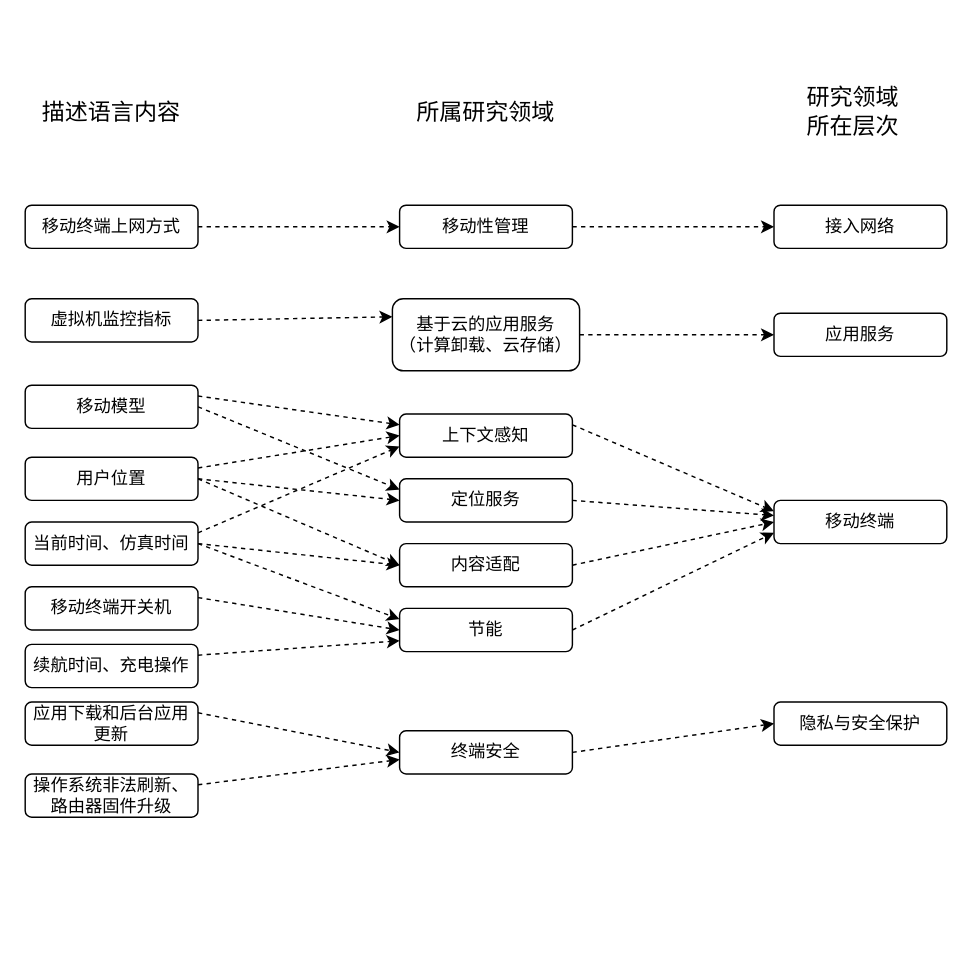
This is 描述语言元素属性和行为所属研究领域.drawio from Icarus1994/neutron_conf, a draw.io file, before an edit. Source tidied: cells renumbered, new cells numbered last; positions are measured from the earlier drawing's top-left corner, leaving out a move shared by most shapes. Both pictures are drawn from the tidied source at 144%, with x=0, y=0 at pixel (24, 82).
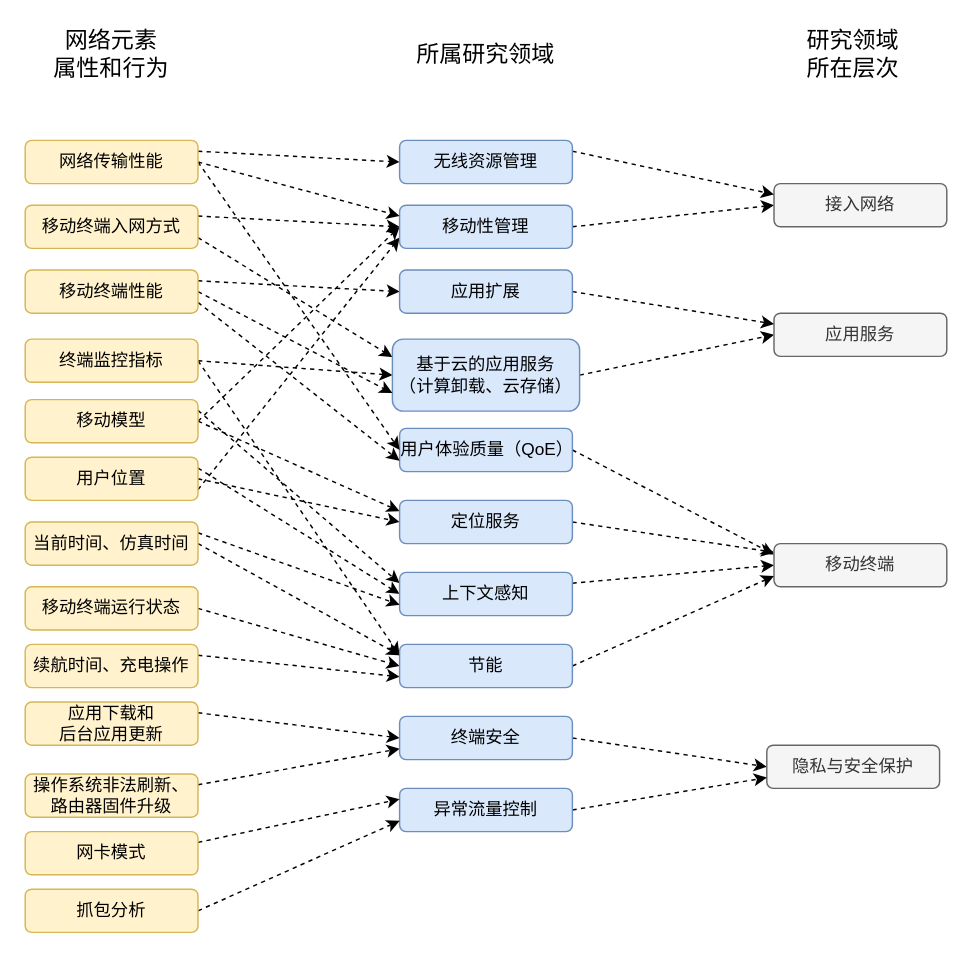
After the change.

Commit message:
Update 描述语言元素属性和行为所属研究领域.drawio

What changed in the source:
```diff
@@
+    <mxCell id="46" style="edgeStyle=none;rounded=0;jettySize=auto;html=1;exitX=1;exitY=0.75;exitDx=0;exitDy=0;entryX=0;entryY=0.25;entryDx=0;entryDy=0;dashed=1;" parent="1" edge="1" source="3" target="28">
+      <mxGeometry relative="1" as="geometry" />
+    </mxCell>
-    <mxCell id="2" style="rounded=0;jettySize=auto;html=1;exitX=1;exitY=0.5;exitDx=0;exitDy=0;entryX=0;entryY=0.5;entryDx=0;entryDy=0;dashed=1;" parent="1" edge="1" source="3" target="25">
+    <mxCell id="2" style="edgeStyle=none;rounded=0;jettySize=auto;html=1;exitX=1;exitY=0.25;exitDx=0;exitDy=0;entryX=0;entryY=0.5;entryDx=0;entryDy=0;dashed=1;" parent="1" edge="1" source="3" target="25">
       <mxGeometry relative="1" as="geometry" />
     </mxCell>
-    <mxCell id="3" value="移动终端上网方式" style="rounded=1;whiteSpace=wrap;html=1;" parent="1" vertex="1">
+    <mxCell id="3" value="移动终端入网方式" style="rounded=1;whiteSpace=wrap;html=1;fillColor=#fff2cc;strokeColor=#d6b656;" parent="1" vertex="1">
       <mxGeometry y="85" width="120" height="30" as="geometry" />
     </mxCell>
-    <mxCell id="4" style="edgeStyle=none;rounded=0;jettySize=auto;html=1;exitX=1;exitY=0.5;exitDx=0;exitDy=0;entryX=0;entryY=0.25;entryDx=0;entryDy=0;dashed=1;" parent="1" edge="1" source="5" target="28">
+    <mxCell id="4" style="edgeStyle=none;rounded=0;jettySize=auto;html=1;exitX=1;exitY=0.5;exitDx=0;exitDy=0;entryX=0;entryY=0.5;entryDx=0;entryDy=0;dashed=1;" parent="1" edge="1" source="5" target="28">
       <mxGeometry relative="1" as="geometry" />
     </mxCell>
+    <mxCell id="47" style="edgeStyle=none;rounded=0;jettySize=auto;html=1;exitX=1;exitY=0.5;exitDx=0;exitDy=0;entryX=0;entryY=0.25;entryDx=0;entryDy=0;dashed=1;" parent="1" edge="1" source="5" target="41">
+      <mxGeometry relative="1" as="geometry" />
+    </mxCell>
-    <mxCell id="5" value="虚拟机监控指标" style="rounded=1;whiteSpace=wrap;html=1;" parent="1" vertex="1">
-      <mxGeometry y="150" width="120" height="30" as="geometry" />
+    <mxCell id="5" value="终端监控指标" style="rounded=1;whiteSpace=wrap;html=1;fillColor=#fff2cc;strokeColor=#d6b656;" parent="1" vertex="1">
+      <mxGeometry y="178" width="120" height="30" as="geometry" />
     </mxCell>
@@
-    <mxCell id="7" value="应用下载和后台应用更新" style="rounded=1;whiteSpace=wrap;html=1;" parent="1" vertex="1">
+    <mxCell id="7" value="应用下载和&lt;br&gt;后台应用更新" style="rounded=1;whiteSpace=wrap;html=1;fillColor=#fff2cc;strokeColor=#d6b656;" parent="1" vertex="1">
       <mxGeometry y="430" width="120" height="30" as="geometry" />
     </mxCell>
-    <mxCell id="8" style="edgeStyle=none;rounded=0;jettySize=auto;html=1;exitX=1;exitY=0.25;exitDx=0;exitDy=0;dashed=1;" parent="1" edge="1" source="9">
-      <mxGeometry relative="1" as="geometry">
-        <mxPoint x="260" y="470" as="targetPoint" />
-      </mxGeometry>
+    <mxCell id="8" style="edgeStyle=none;rounded=0;jettySize=auto;html=1;exitX=1;exitY=0.25;exitDx=0;exitDy=0;dashed=1;entryX=0;entryY=0.75;entryDx=0;entryDy=0;" parent="1" edge="1" source="9" target="37">
+      <mxGeometry relative="1" as="geometry" />
     </mxCell>
-    <mxCell id="9" value="操作系统非法刷新、路由器固件升级" style="rounded=1;whiteSpace=wrap;html=1;" parent="1" vertex="1">
+    <mxCell id="9" value="操作系统非法刷新、路由器固件升级" style="rounded=1;whiteSpace=wrap;html=1;fillColor=#fff2cc;strokeColor=#d6b656;" parent="1" vertex="1">
       <mxGeometry y="480" width="120" height="30" as="geometry" />
     </mxCell>
@@
-    <mxCell id="12" style="edgeStyle=none;rounded=0;jettySize=auto;html=1;exitX=1;exitY=0.5;exitDx=0;exitDy=0;entryX=0;entryY=0.5;entryDx=0;entryDy=0;dashed=1;" parent="1" edge="1" source="13" target="35">
-      <mxGeometry relative="1" as="geometry" />
-    </mxCell>
+    <mxCell id="48" style="edgeStyle=none;rounded=0;jettySize=auto;html=1;exitX=1;exitY=0.75;exitDx=0;exitDy=0;entryX=0;entryY=0.75;entryDx=0;entryDy=0;dashed=1;" parent="1" edge="1" source="13" target="25">
+      <mxGeometry relative="1" as="geometry" />
+    </mxCell>
-    <mxCell id="13" value="用户位置" style="rounded=1;whiteSpace=wrap;html=1;" parent="1" vertex="1">
+    <mxCell id="13" value="用户位置" style="rounded=1;whiteSpace=wrap;html=1;fillColor=#fff2cc;strokeColor=#d6b656;" parent="1" vertex="1">
       <mxGeometry y="260" width="120" height="30" as="geometry" />
     </mxCell>
@@
+    <mxCell id="49" style="edgeStyle=none;rounded=0;jettySize=auto;html=1;exitX=1;exitY=0.5;exitDx=0;exitDy=0;entryX=0;entryY=0.5;entryDx=0;entryDy=0;dashed=1;" parent="1" edge="1" source="16" target="25">
+      <mxGeometry relative="1" as="geometry" />
+    </mxCell>
-    <mxCell id="16" value="移动模型" style="rounded=1;whiteSpace=wrap;html=1;" parent="1" vertex="1">
-      <mxGeometry y="210" width="120" height="30" as="geometry" />
+    <mxCell id="16" value="移动模型" style="rounded=1;whiteSpace=wrap;html=1;fillColor=#fff2cc;strokeColor=#d6b656;" parent="1" vertex="1">
+      <mxGeometry y="220" width="120" height="30" as="geometry" />
     </mxCell>
@@
-    <mxCell id="18" value="续航时间、充电操作" style="rounded=1;whiteSpace=wrap;html=1;" parent="1" vertex="1">
+    <mxCell id="18" value="续航时间、充电操作" style="rounded=1;whiteSpace=wrap;html=1;fillColor=#fff2cc;strokeColor=#d6b656;" parent="1" vertex="1">
       <mxGeometry y="390" width="120" height="30" as="geometry" />
     </mxCell>
-    <mxCell id="19" style="edgeStyle=none;rounded=0;jettySize=auto;html=1;exitX=1;exitY=0.25;exitDx=0;exitDy=0;entryX=0;entryY=0.5;entryDx=0;entryDy=0;dashed=1;" parent="1" edge="1" source="20" target="41">
+    <mxCell id="19" style="edgeStyle=none;rounded=0;jettySize=auto;html=1;exitX=1;exitY=0.5;exitDx=0;exitDy=0;entryX=0;entryY=0.5;entryDx=0;entryDy=0;dashed=1;" parent="1" edge="1" source="20" target="41">
       <mxGeometry relative="1" as="geometry" />
     </mxCell>
-    <mxCell id="20" value="移动终端开关机" style="rounded=1;whiteSpace=wrap;html=1;" parent="1" vertex="1">
+    <mxCell id="20" value="移动终端运行状态" style="rounded=1;whiteSpace=wrap;html=1;fillColor=#fff2cc;strokeColor=#d6b656;" parent="1" vertex="1">
       <mxGeometry y="350" width="120" height="30" as="geometry" />
     </mxCell>
-    <mxCell id="21" value="&lt;font style=&quot;font-size: 16px&quot;&gt;描述语言内容&lt;/font&gt;" style="text;html=1;strokeColor=none;fillColor=none;align=center;verticalAlign=middle;whiteSpace=wrap;rounded=0;" parent="1" vertex="1">
-      <mxGeometry width="120" height="40" as="geometry" />
+    <mxCell id="21" value="&lt;font style=&quot;font-size: 16px&quot;&gt;网络元素&lt;br&gt;属性和行为&lt;/font&gt;" style="text;html=1;strokeColor=none;fillColor=none;align=center;verticalAlign=middle;whiteSpace=wrap;rounded=0;" parent="1" vertex="1">
+      <mxGeometry y="-40" width="120" height="40" as="geometry" />
     </mxCell>
     <mxCell id="22" value="&lt;font style=&quot;font-size: 16px&quot;&gt;所属研究领域&lt;/font&gt;" style="text;html=1;strokeColor=none;fillColor=none;align=center;verticalAlign=middle;whiteSpace=wrap;rounded=0;" parent="1" vertex="1">
-      <mxGeometry x="260" width="120" height="40" as="geometry" />
+      <mxGeometry x="260" y="-40" width="120" height="40" as="geometry" />
     </mxCell>
     <mxCell id="23" value="&lt;font style=&quot;font-size: 16px&quot;&gt;研究领域&lt;br&gt;所在层次&lt;/font&gt;" style="text;html=1;strokeColor=none;fillColor=none;align=center;verticalAlign=middle;whiteSpace=wrap;rounded=0;" parent="1" vertex="1">
-      <mxGeometry x="520" width="110" height="40" as="geometry" />
+      <mxGeometry x="520" y="-40" width="110" height="40" as="geometry" />
     </mxCell>
@@
-    <mxCell id="25" value="移动性管理" style="rounded=1;whiteSpace=wrap;html=1;" parent="1" vertex="1">
+    <mxCell id="25" value="移动性管理" style="rounded=1;whiteSpace=wrap;html=1;fillColor=#dae8fc;strokeColor=#6c8ebf;" parent="1" vertex="1">
       <mxGeometry x="260" y="85" width="120" height="30" as="geometry" />
     </mxCell>
-    <mxCell id="26" value="接入网络" style="rounded=1;whiteSpace=wrap;html=1;" parent="1" vertex="1">
-      <mxGeometry x="520" y="85" width="120" height="30" as="geometry" />
+    <mxCell id="26" value="接入网络" style="rounded=1;whiteSpace=wrap;html=1;fillColor=#f5f5f5;strokeColor=#666666;fontColor=#333333;" parent="1" vertex="1">
+      <mxGeometry x="520" y="70" width="120" height="30" as="geometry" />
     </mxCell>
@@
-    <mxCell id="28" value="基于云的应用服务&lt;br&gt;（计算卸载、云存储）" style="rounded=1;whiteSpace=wrap;html=1;" parent="1" vertex="1">
-      <mxGeometry x="255" y="150" width="130" height="50" as="geometry" />
+    <mxCell id="28" value="基于云的应用服务&lt;br&gt;（计算卸载、云存储）" style="rounded=1;whiteSpace=wrap;html=1;fillColor=#dae8fc;strokeColor=#6c8ebf;" parent="1" vertex="1">
+      <mxGeometry x="255" y="178" width="130" height="50" as="geometry" />
     </mxCell>
-    <mxCell id="29" value="应用服务" style="rounded=1;whiteSpace=wrap;html=1;" parent="1" vertex="1">
+    <mxCell id="29" value="应用服务" style="rounded=1;whiteSpace=wrap;html=1;fillColor=#f5f5f5;strokeColor=#666666;fontColor=#333333;" parent="1" vertex="1">
       <mxGeometry x="520" y="160" width="120" height="30" as="geometry" />
     </mxCell>
-    <mxCell id="30" style="edgeStyle=none;rounded=0;jettySize=auto;html=1;exitX=1;exitY=0.25;exitDx=0;exitDy=0;entryX=0;entryY=0.25;entryDx=0;entryDy=0;dashed=1;" parent="1" edge="1" source="31" target="38">
+    <mxCell id="30" style="edgeStyle=none;rounded=0;jettySize=auto;html=1;exitX=1;exitY=0.25;exitDx=0;exitDy=0;entryX=0;entryY=0.5;entryDx=0;entryDy=0;dashed=1;" parent="1" edge="1" source="31" target="38">
       <mxGeometry relative="1" as="geometry" />
     </mxCell>
-    <mxCell id="31" value="上下文感知" style="rounded=1;whiteSpace=wrap;html=1;" parent="1" vertex="1">
-      <mxGeometry x="260" y="230" width="120" height="30" as="geometry" />
+    <mxCell id="31" value="上下文感知" style="rounded=1;whiteSpace=wrap;html=1;fillColor=#dae8fc;strokeColor=#6c8ebf;" parent="1" vertex="1">
+      <mxGeometry x="260" y="340" width="120" height="30" as="geometry" />
     </mxCell>
@@
-    <mxCell id="33" value="定位服务" style="rounded=1;whiteSpace=wrap;html=1;" parent="1" vertex="1">
-      <mxGeometry x="260" y="275" width="120" height="30" as="geometry" />
+    <mxCell id="33" value="定位服务" style="rounded=1;whiteSpace=wrap;html=1;fillColor=#dae8fc;strokeColor=#6c8ebf;" parent="1" vertex="1">
+      <mxGeometry x="260" y="290" width="120" height="30" as="geometry" />
     </mxCell>
-    <mxCell id="34" style="edgeStyle=none;rounded=0;jettySize=auto;html=1;exitX=1;exitY=0.5;exitDx=0;exitDy=0;entryX=0;entryY=0.5;entryDx=0;entryDy=0;dashed=1;entryPerimeter=0;" parent="1" edge="1" source="35" target="38">
+    <mxCell id="34" style="edgeStyle=none;rounded=0;jettySize=auto;html=1;exitX=1;exitY=0.5;exitDx=0;exitDy=0;entryX=0;entryY=0.25;entryDx=0;entryDy=0;dashed=1;" parent="1" edge="1" source="35" target="38">
       <mxGeometry relative="1" as="geometry" />
     </mxCell>
-    <mxCell id="35" value="内容适配" style="rounded=1;whiteSpace=wrap;html=1;" parent="1" vertex="1">
-      <mxGeometry x="260" y="320" width="120" height="30" as="geometry" />
+    <mxCell id="35" value="用户体验质量（QoE）" style="rounded=1;whiteSpace=wrap;html=1;fillColor=#dae8fc;strokeColor=#6c8ebf;" parent="1" vertex="1">
+      <mxGeometry x="260" y="240" width="120" height="30" as="geometry" />
     </mxCell>
@@
-    <mxCell id="37" value="终端安全" style="rounded=1;whiteSpace=wrap;html=1;" parent="1" vertex="1">
-      <mxGeometry x="260" y="450" width="120" height="30" as="geometry" />
+    <mxCell id="37" value="终端安全" style="rounded=1;whiteSpace=wrap;html=1;fillColor=#dae8fc;strokeColor=#6c8ebf;" parent="1" vertex="1">
+      <mxGeometry x="260" y="440" width="120" height="30" as="geometry" />
     </mxCell>
-    <mxCell id="38" value="移动终端" style="rounded=1;whiteSpace=wrap;html=1;" parent="1" vertex="1">
-      <mxGeometry x="520" y="290" width="120" height="30" as="geometry" />
+    <mxCell id="38" value="移动终端" style="rounded=1;whiteSpace=wrap;html=1;fillColor=#f5f5f5;strokeColor=#666666;fontColor=#333333;" parent="1" vertex="1">
+      <mxGeometry x="520" y="320" width="120" height="30" as="geometry" />
     </mxCell>
-    <mxCell id="39" value="隐私与安全保护" style="rounded=1;whiteSpace=wrap;html=1;" parent="1" vertex="1">
-      <mxGeometry x="520" y="430" width="120" height="30" as="geometry" />
+    <mxCell id="39" value="隐私与安全保护" style="rounded=1;whiteSpace=wrap;html=1;fillColor=#f5f5f5;strokeColor=#666666;fontColor=#333333;" parent="1" vertex="1">
+      <mxGeometry x="515" y="460" width="120" height="30" as="geometry" />
     </mxCell>
@@
-    <mxCell id="41" value="节能" style="rounded=1;whiteSpace=wrap;html=1;" parent="1" vertex="1">
-      <mxGeometry x="260" y="365" width="120" height="30" as="geometry" />
+    <mxCell id="41" value="节能" style="rounded=1;whiteSpace=wrap;html=1;fillColor=#dae8fc;strokeColor=#6c8ebf;" parent="1" vertex="1">
+      <mxGeometry x="260" y="390" width="120" height="30" as="geometry" />
     </mxCell>
@@
-    <mxCell id="43" style="edgeStyle=none;rounded=0;jettySize=auto;html=1;exitX=1;exitY=0.5;exitDx=0;exitDy=0;entryX=0;entryY=0.5;entryDx=0;entryDy=0;dashed=1;" parent="1" edge="1" source="45" target="35">
-      <mxGeometry relative="1" as="geometry" />
-    </mxCell>
@@
-    <mxCell id="45" value="当前时间、仿真时间" style="rounded=1;whiteSpace=wrap;html=1;" parent="1" vertex="1">
+    <mxCell id="45" value="当前时间、仿真时间" style="rounded=1;whiteSpace=wrap;html=1;fillColor=#fff2cc;strokeColor=#d6b656;" parent="1" vertex="1">
       <mxGeometry y="305" width="120" height="30" as="geometry" />
     </mxCell>
+    <mxCell id="50" style="edgeStyle=none;rounded=0;jettySize=auto;html=1;exitX=1;exitY=0.5;exitDx=0;exitDy=0;entryX=0;entryY=0.25;entryDx=0;entryDy=0;dashed=1;" parent="1" edge="1" source="53" target="25">
+      <mxGeometry relative="1" as="geometry" />
+    </mxCell>
+    <mxCell id="51" style="edgeStyle=none;rounded=0;jettySize=auto;html=1;exitX=1;exitY=0.5;exitDx=0;exitDy=0;entryX=0;entryY=0.5;entryDx=0;entryDy=0;dashed=1;" parent="1" edge="1" source="53" target="35">
+      <mxGeometry relative="1" as="geometry" />
+    </mxCell>
+    <mxCell id="52" style="edgeStyle=none;rounded=0;jettySize=auto;html=1;exitX=1;exitY=0.25;exitDx=0;exitDy=0;entryX=0;entryY=0.5;entryDx=0;entryDy=0;dashed=1;" parent="1" edge="1" source="53" target="61">
+      <mxGeometry relative="1" as="geometry" />
+    </mxCell>
+    <mxCell id="53" value="网络传输性能" style="rounded=1;whiteSpace=wrap;html=1;fillColor=#fff2cc;strokeColor=#d6b656;" parent="1" vertex="1">
+      <mxGeometry y="40" width="120" height="30" as="geometry" />
+    </mxCell>
+    <mxCell id="54" style="edgeStyle=none;rounded=0;jettySize=auto;html=1;exitX=1;exitY=0.75;exitDx=0;exitDy=0;entryX=0;entryY=0.75;entryDx=0;entryDy=0;dashed=1;" parent="1" edge="1" source="57" target="35">
+      <mxGeometry relative="1" as="geometry" />
+    </mxCell>
+    <mxCell id="55" style="edgeStyle=none;rounded=0;jettySize=auto;html=1;exitX=1;exitY=0.5;exitDx=0;exitDy=0;entryX=0;entryY=0.75;entryDx=0;entryDy=0;dashed=1;" parent="1" edge="1" source="57" target="28">
+      <mxGeometry relative="1" as="geometry" />
+    </mxCell>
+    <mxCell id="56" style="edgeStyle=none;rounded=0;jettySize=auto;html=1;exitX=1;exitY=0.25;exitDx=0;exitDy=0;entryX=0;entryY=0.5;entryDx=0;entryDy=0;dashed=1;" parent="1" edge="1" source="57" target="59">
+      <mxGeometry relative="1" as="geometry" />
+    </mxCell>
+    <mxCell id="57" value="移动终端性能" style="rounded=1;whiteSpace=wrap;html=1;fillColor=#fff2cc;strokeColor=#d6b656;" parent="1" vertex="1">
+      <mxGeometry y="130" width="120" height="30" as="geometry" />
+    </mxCell>
+    <mxCell id="58" style="edgeStyle=none;rounded=0;jettySize=auto;html=1;exitX=1;exitY=0.5;exitDx=0;exitDy=0;entryX=0;entryY=0.25;entryDx=0;entryDy=0;dashed=1;" parent="1" edge="1" source="59" target="29">
+      <mxGeometry relative="1" as="geometry" />
+    </mxCell>
+    <mxCell id="59" value="应用扩展" style="rounded=1;whiteSpace=wrap;html=1;fillColor=#dae8fc;strokeColor=#6c8ebf;" parent="1" vertex="1">
+      <mxGeometry x="260" y="130" width="120" height="30" as="geometry" />
+    </mxCell>
+    <mxCell id="60" style="edgeStyle=none;rounded=0;jettySize=auto;html=1;exitX=1;exitY=0.25;exitDx=0;exitDy=0;entryX=0;entryY=0.25;entryDx=0;entryDy=0;dashed=1;" parent="1" edge="1" source="61" target="26">
+      <mxGeometry relative="1" as="geometry" />
+    </mxCell>
+    <mxCell id="61" value="无线资源管理" style="rounded=1;whiteSpace=wrap;html=1;fillColor=#dae8fc;strokeColor=#6c8ebf;" parent="1" vertex="1">
+      <mxGeometry x="260" y="40" width="120" height="30" as="geometry" />
+    </mxCell>
+    <mxCell id="62" style="edgeStyle=none;rounded=0;jettySize=auto;html=1;exitX=1;exitY=0.5;exitDx=0;exitDy=0;entryX=0;entryY=0.75;entryDx=0;entryDy=0;dashed=1;" parent="1" edge="1" source="63" target="39">
+      <mxGeometry relative="1" as="geometry" />
+    </mxCell>
+    <mxCell id="63" value="异常流量控制" style="rounded=1;whiteSpace=wrap;html=1;fillColor=#dae8fc;strokeColor=#6c8ebf;" parent="1" vertex="1">
+      <mxGeometry x="260" y="490" width="120" height="30" as="geometry" />
+    </mxCell>
+    <mxCell id="64" style="edgeStyle=none;rounded=0;jettySize=auto;html=1;exitX=1;exitY=0.25;exitDx=0;exitDy=0;entryX=0;entryY=0.25;entryDx=0;entryDy=0;dashed=1;" parent="1" edge="1" source="65" target="63">
+      <mxGeometry relative="1" as="geometry" />
+    </mxCell>
+    <mxCell id="65" value="网卡模式" style="rounded=1;whiteSpace=wrap;html=1;fillColor=#fff2cc;strokeColor=#d6b656;" parent="1" vertex="1">
+      <mxGeometry y="520" width="120" height="30" as="geometry" />
+    </mxCell>
+    <mxCell id="66" style="edgeStyle=none;rounded=0;jettySize=auto;html=1;exitX=1;exitY=0.5;exitDx=0;exitDy=0;entryX=0;entryY=0.75;entryDx=0;entryDy=0;dashed=1;" parent="1" edge="1" source="67" target="63">
+      <mxGeometry relative="1" as="geometry" />
+    </mxCell>
+    <mxCell id="67" value="抓包分析" style="rounded=1;whiteSpace=wrap;html=1;fillColor=#fff2cc;strokeColor=#d6b656;" parent="1" vertex="1">
+      <mxGeometry y="560" width="120" height="30" as="geometry" />
+    </mxCell>
```
